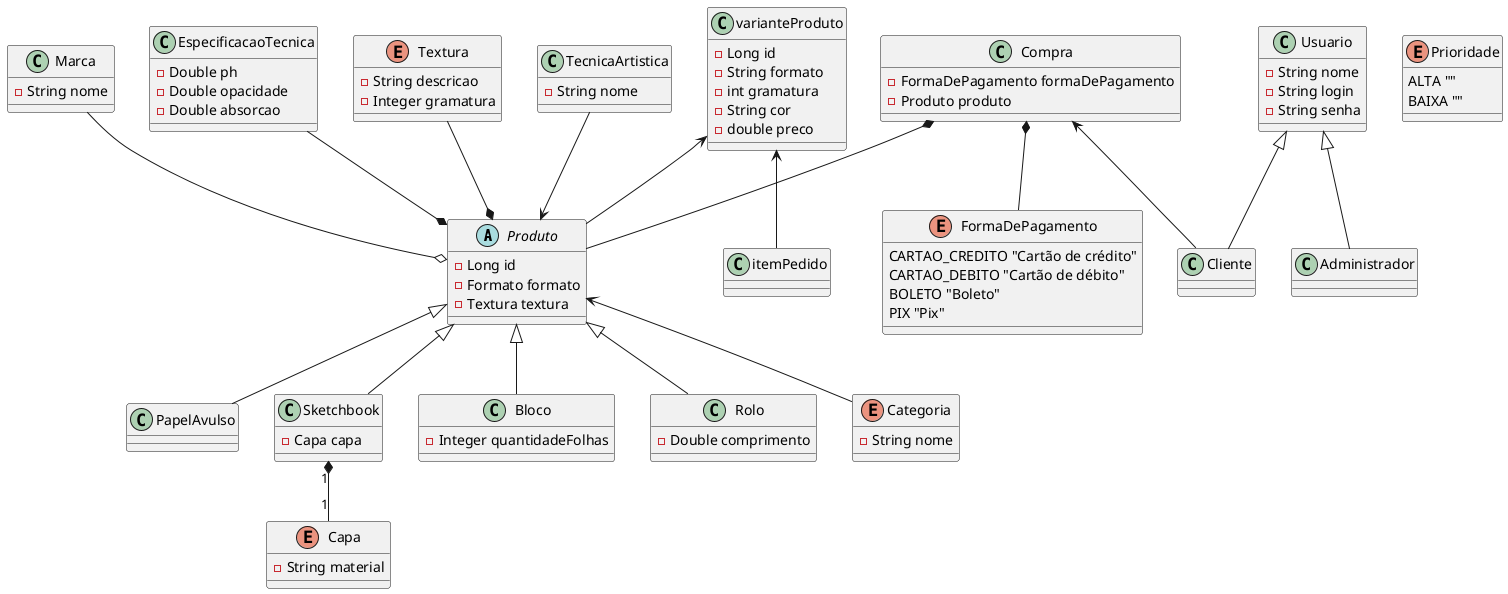
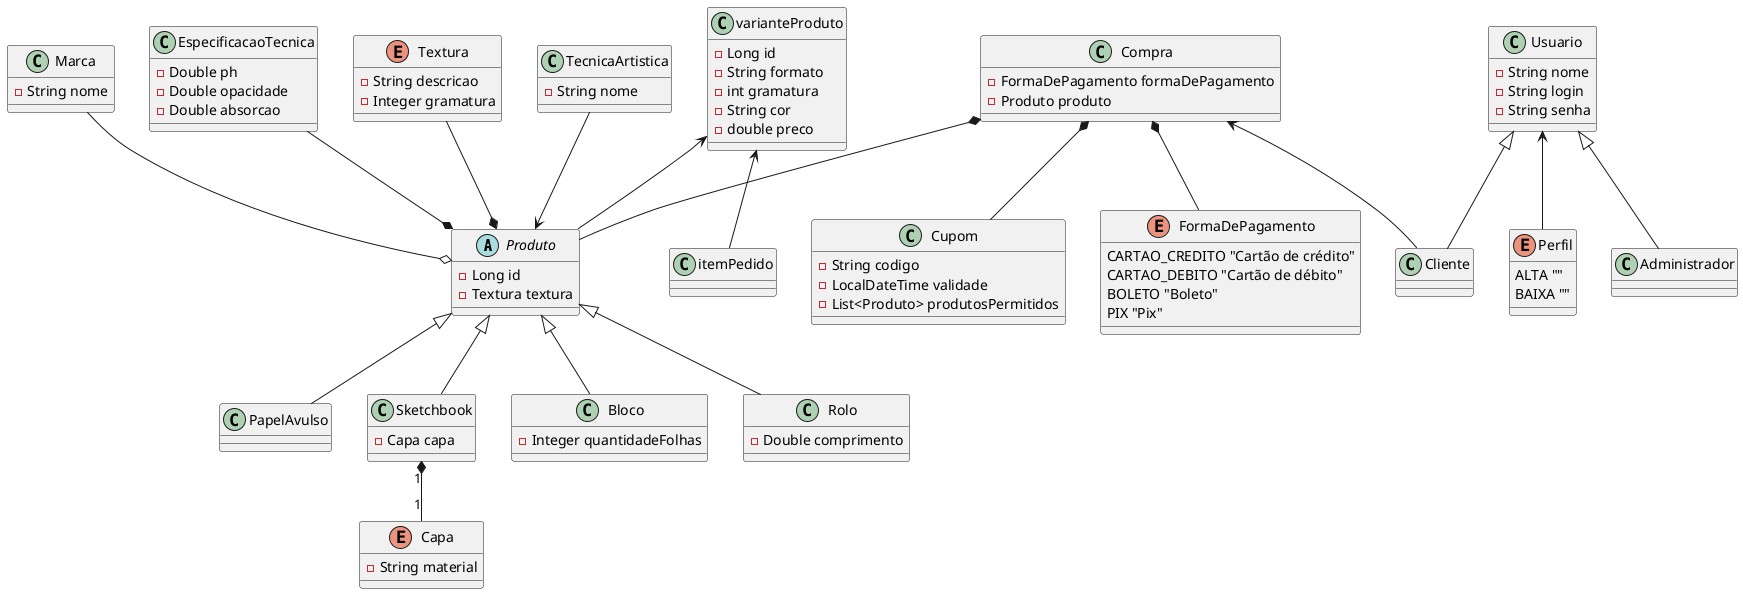
@startuml Diagram

 abstract class Produto {
 -Long id
-  -Formato formato
 -Textura textura
 }

  class PapelAvulso {}

 class TecnicaArtistica {
  -String nome
 }

 class Marca {
-String nome
 }

 class Sketchbook{
 -Capa capa
 }

 class Bloco {
 -Integer quantidadeFolhas
 }


class varianteProduto{
  -Long id
  -String formato
  -int gramatura
  -String cor
  -double preco
}
 class Rolo {
 -Double comprimento
 }

-  enum Categoria{
-  -String nome
-  }
+ 

 class EspecificacaoTecnica{
 -Double ph
 -Double opacidade
 -Double absorcao
 }

enum Capa {
-String material
}

enum Textura {
-String descricao
-Integer gramatura
}

- Produto <-- Categoria


Textura --* Produto
varianteProduto <-- Produto
varianteProduto <-- itemPedido
EspecificacaoTecnica --* Produto
Marca --o Produto
TecnicaArtistica --> Produto

Sketchbook "1"*--"1" Capa



Produto <|-- Bloco
Produto <|-- Rolo
Produto <|-- Sketchbook
Produto <|-- PapelAvulso

class Usuario {
-String nome
-String login
-String senha
}

class Cliente {}

enum FormaDePagamento{
CARTAO_CREDITO "Cartão de crédito"
CARTAO_DEBITO "Cartão de débito"
BOLETO "Boleto"
PIX "Pix"
}

class Compra {
-FormaDePagamento formaDePagamento
-Produto produto
}

class Administrador {}

- enum Prioridade{
+ enum Perfil{
ALTA ""
BAIXA ""
}
- 
+ class Cupom {
+   -String codigo
+   -LocalDateTime validade
+   -List<Produto> produtosPermitidos
+ }
+ Usuario <-- Perfil
Compra <-- Cliente
Compra *-- Produto
Compra *-- FormaDePagamento
+ Compra *-- Cupom

Usuario <|-- Administrador
Usuario <|-- Cliente

@enduml